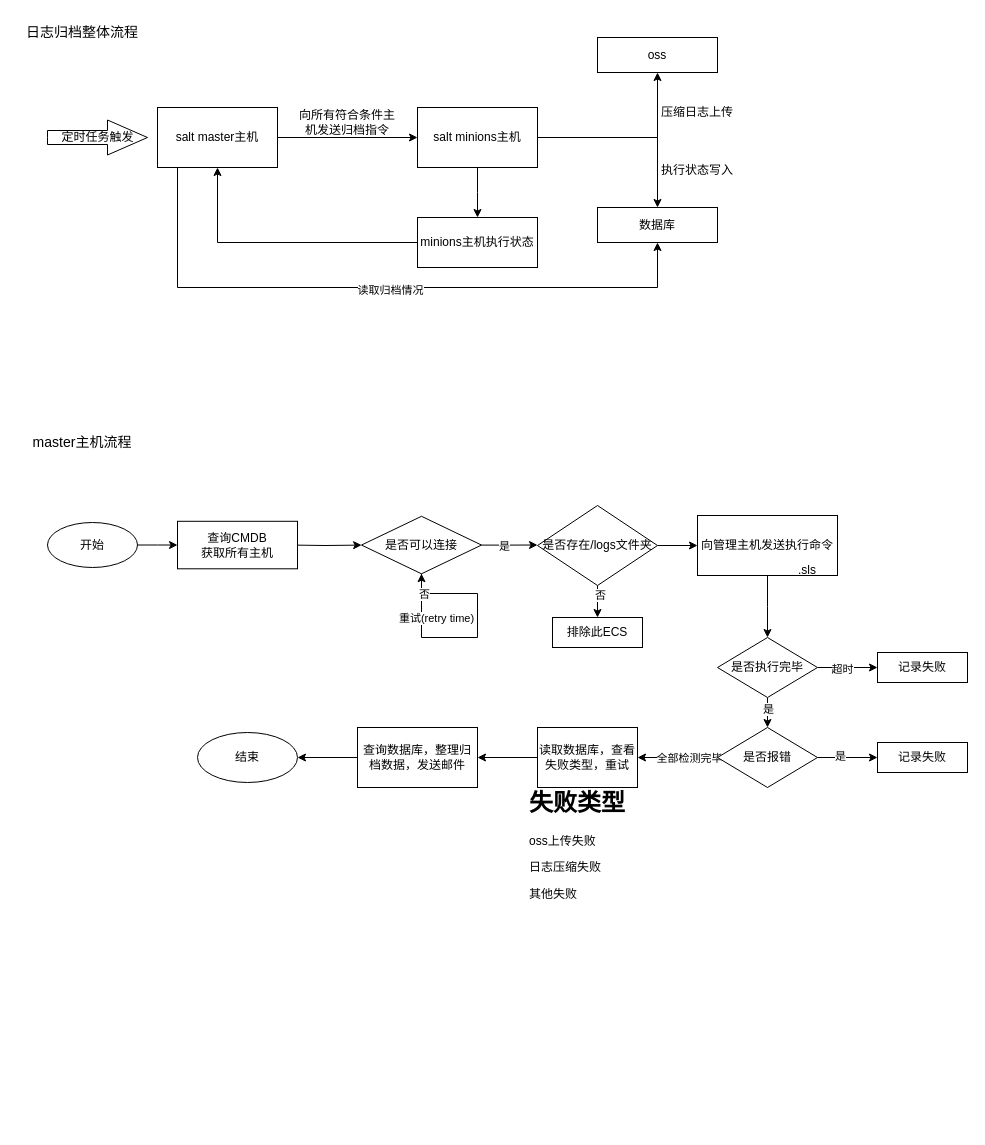
Before: 日志归档.drawio in XianpengYang/draw.io, a draw.io diagram. Source tidied: cells renumbered, new cells numbered last; positions are measured from the earlier drawing's top-left corner, leaving out a move shared by most shapes. Both pictures are drawn from the tidied source at 100%, with x=0, y=0 at pixel (17, 17).
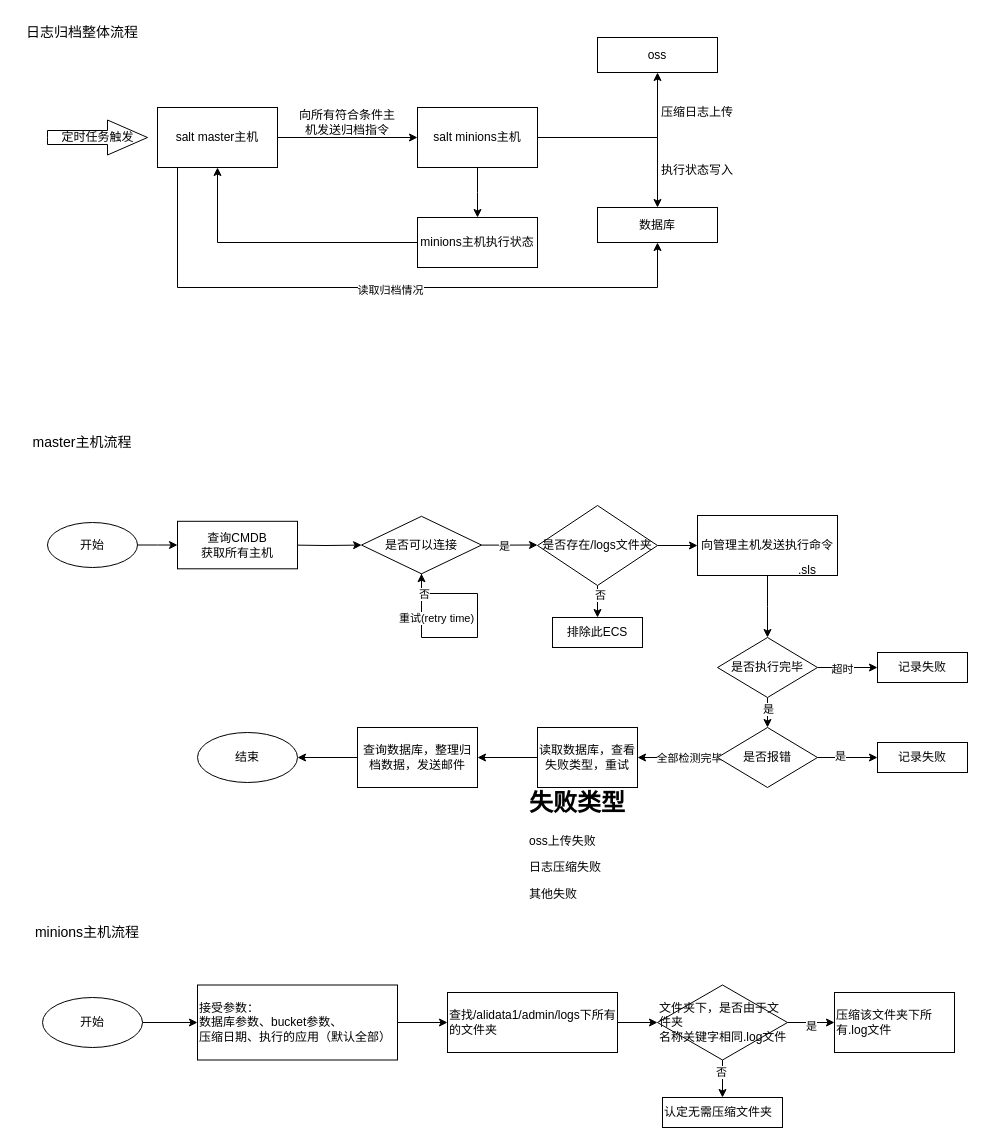
The same diagram, later.

Commit message (it also covers changes not shown here):
更新日志归档.drawio

Diff of the diagram source:
```diff
@@
+    <mxCell id="56" value="&lt;font style=&quot;font-size: 14px;&quot;&gt;minions主机流程&lt;/font&gt;" style="text;html=1;align=center;verticalAlign=middle;whiteSpace=wrap;rounded=0;" parent="1" vertex="1">
+      <mxGeometry x="10" y="900" width="120" height="30" as="geometry" />
+    </mxCell>
+    <mxCell id="57" style="edgeStyle=orthogonalEdgeStyle;rounded=0;jettySize=auto;html=1;" parent="1" edge="1" source="58" target="60">
+      <mxGeometry relative="1" as="geometry" />
+    </mxCell>
+    <mxCell id="58" value="开始" style="ellipse;whiteSpace=wrap;html=1;" parent="1" vertex="1">
+      <mxGeometry x="25" y="980" width="100" height="50" as="geometry" />
+    </mxCell>
+    <mxCell id="59" style="edgeStyle=orthogonalEdgeStyle;rounded=0;jettySize=auto;html=1;" parent="1" edge="1" source="60" target="62">
+      <mxGeometry relative="1" as="geometry" />
+    </mxCell>
+    <mxCell id="60" value="接受参数：&lt;br&gt;&lt;div&gt;数据库参数、bucket参数、&lt;/div&gt;&lt;div&gt;压缩日期、执行的应用（默认全部）&lt;/div&gt;" style="whiteSpace=wrap;html=1;align=left;" parent="1" vertex="1">
+      <mxGeometry x="180" y="967.5" width="200" height="75" as="geometry" />
+    </mxCell>
+    <mxCell id="61" style="edgeStyle=orthogonalEdgeStyle;rounded=0;jettySize=auto;html=1;" parent="1" edge="1" source="62" target="67">
+      <mxGeometry relative="1" as="geometry" />
+    </mxCell>
+    <mxCell id="62" value="查找/alidata1/admin/logs下所有的文件夹" style="whiteSpace=wrap;html=1;align=left;" parent="1" vertex="1">
+      <mxGeometry x="430" y="975" width="170" height="60" as="geometry" />
+    </mxCell>
+    <mxCell id="63" style="edgeStyle=orthogonalEdgeStyle;rounded=0;jettySize=auto;html=1;" parent="1" edge="1" source="67" target="68">
+      <mxGeometry relative="1" as="geometry" />
+    </mxCell>
+    <mxCell id="64" value="是" style="edgeLabel;html=1;align=center;verticalAlign=middle;" parent="63" vertex="1">
+      <mxGeometry x="-0.04" y="-3" relative="1" as="geometry" />
+    </mxCell>
+    <mxCell id="65" style="edgeStyle=orthogonalEdgeStyle;rounded=0;jettySize=auto;html=1;" parent="1" edge="1" source="67" target="69">
+      <mxGeometry relative="1" as="geometry" />
+    </mxCell>
+    <mxCell id="66" value="否" style="edgeLabel;html=1;align=center;verticalAlign=middle;" parent="65" vertex="1">
+      <mxGeometry x="-0.44" y="-2" relative="1" as="geometry" />
+    </mxCell>
+    <mxCell id="67" value="文件夹下，是否由于文件夹&lt;div&gt;名称关键字相同.log文件&lt;/div&gt;" style="rhombus;whiteSpace=wrap;html=1;align=left;" parent="1" vertex="1">
+      <mxGeometry x="640" y="967.5" width="130" height="75" as="geometry" />
+    </mxCell>
+    <mxCell id="68" value="压缩该文件夹下所有.log文件" style="whiteSpace=wrap;html=1;align=left;" parent="1" vertex="1">
+      <mxGeometry x="817" y="975" width="120" height="60" as="geometry" />
+    </mxCell>
+    <mxCell id="69" value="认定无需压缩文件夹" style="whiteSpace=wrap;html=1;align=left;" parent="1" vertex="1">
+      <mxGeometry x="645" y="1080" width="120" height="30" as="geometry" />
+    </mxCell>
```
